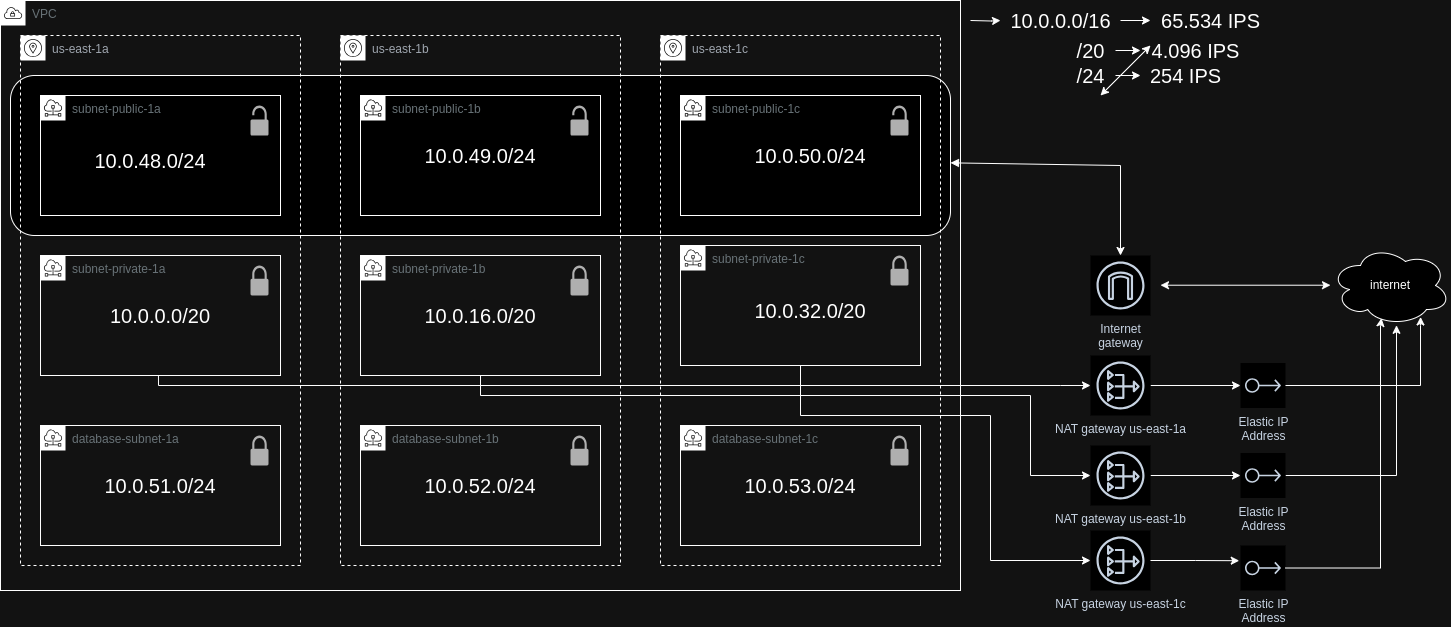
This is docs/vpc.png from Kecbm/aws-vpc, a draw.io export, as it was before one commit. Source tidied: cells renumbered, new cells last; positions are measured from the earlier drawing's top-left corner, leaving out a move shared by most shapes.
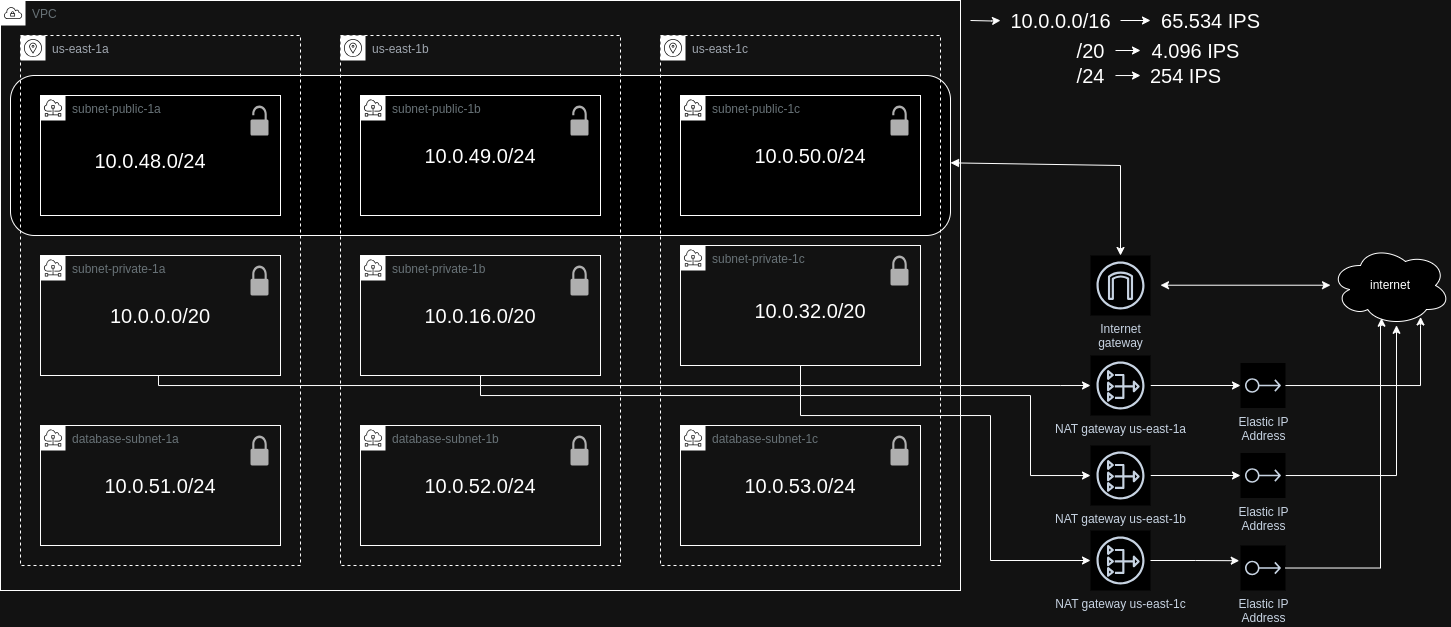
After the change.

Diff of the diagram source:
```diff
@@ -212,12 +212,6 @@
         <mxPoint x="1330" y="284.7" as="targetPoint" />
       </mxGeometry>
     </mxCell>
-    <mxCell id="61" style="endArrow=classic;startArrow=classic;html=1;rounded=0;shadow=0;" parent="1" edge="1">
-      <mxGeometry relative="1" as="geometry">
-        <mxPoint x="1100" y="95" as="sourcePoint" />
-        <mxPoint x="1150" y="45" as="targetPoint" />
-      </mxGeometry>
-    </mxCell>
     <mxCell id="62" value="Elastic IP&#10;Address" style="sketch=0;outlineConnect=0;fontColor=#232F3E;gradientColor=none;strokeColor=#232F3E;fillColor=#ffffff;dashed=0;verticalLabelPosition=bottom;verticalAlign=top;align=center;html=1;fontSize=12;fontStyle=0;shape=mxgraph.aws4.resourceIcon;resIcon=mxgraph.aws4.elastic_ip_address;shadow=0;" parent="1" vertex="1">
       <mxGeometry x="1240" y="362.5" width="45" height="45" as="geometry" />
     </mxCell>
```
